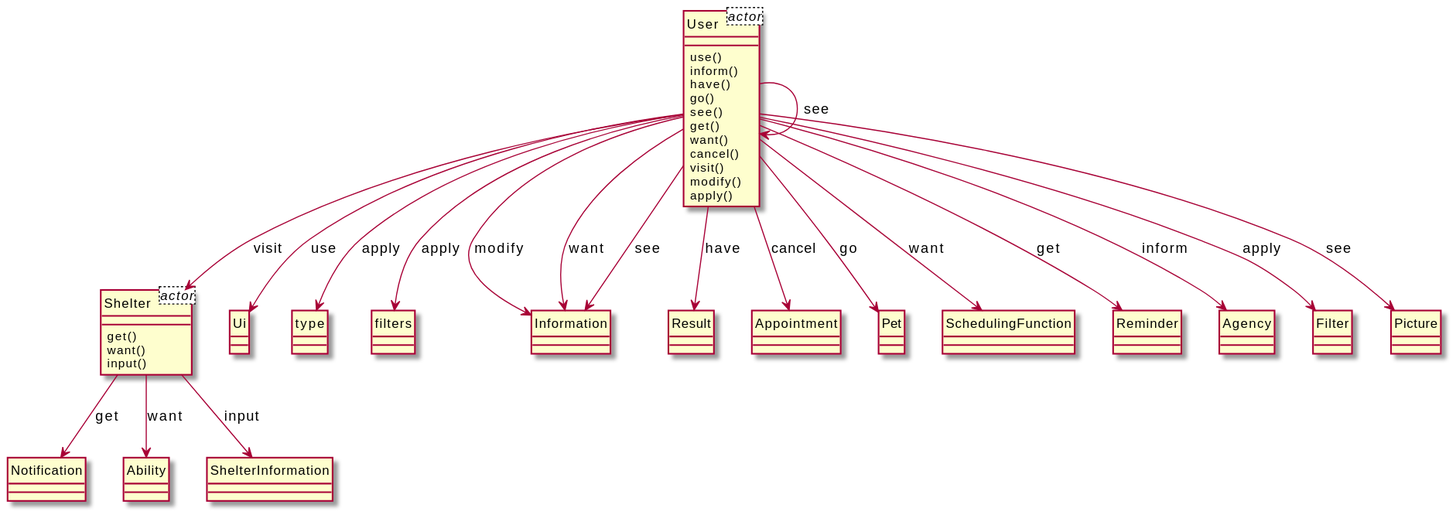
Above: output/diagram_5/2016-USC-Project07.svg in xixixhalu/DomainModelExtractor (PlantUML), before the change.
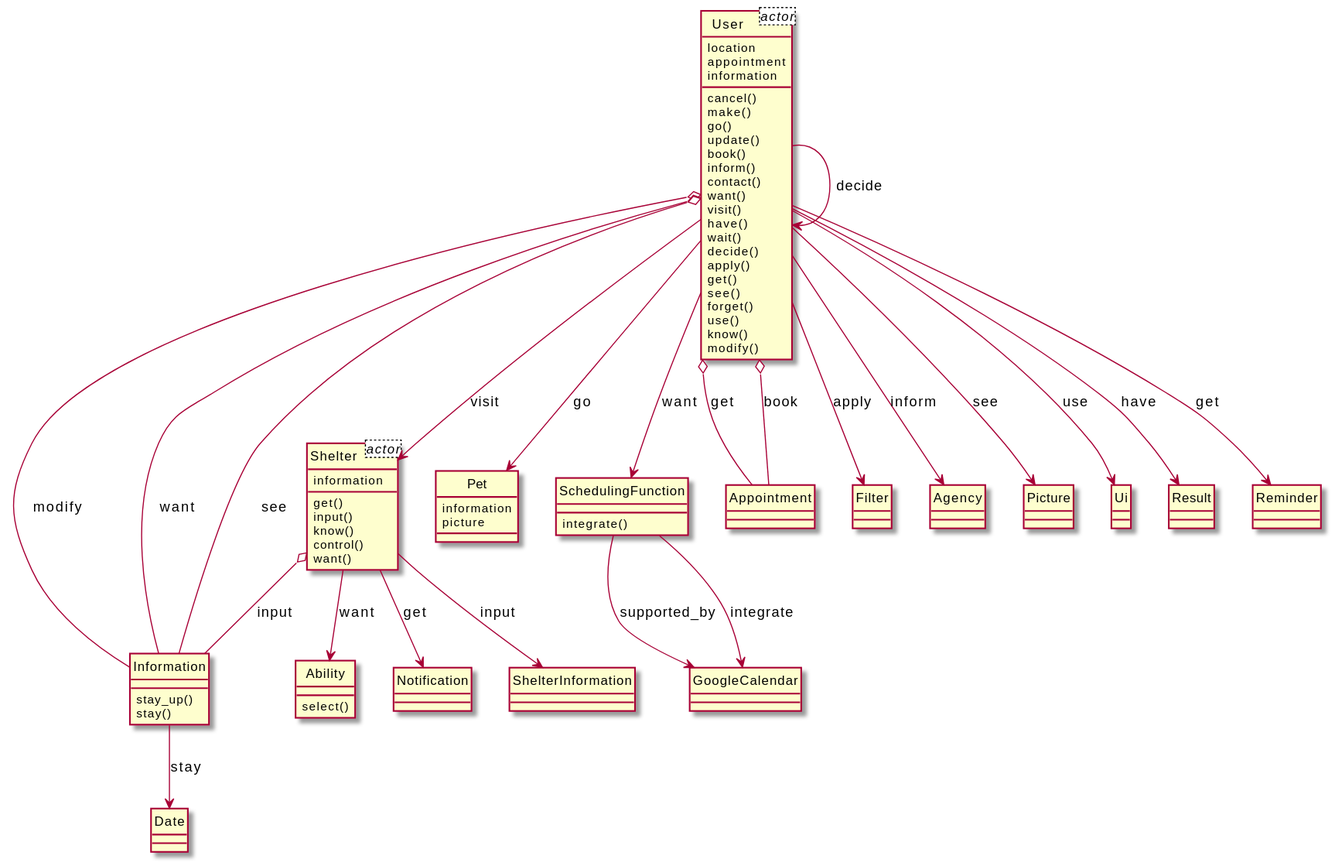
The same file after the commit.

The edit, as a diff of the source:
```diff
@@ -1,74 +1,97 @@
 @startuml
 hide circle
 class User<actor> {
+	location
+	appointment
+	information
 }
 class Shelter<actor> {
+	information
+}
+class Pet {
+	information
+	picture
 }
 class User {
+	cancel()
+	make()
+	go()
+	update()
+	book()
+	inform()
+	contact()
+	want()
+	visit()
+	have()
+	wait()
+	decide()
+	apply()
+	get()
+	see()
+	forget()
 	use()
-	inform()
-	have()
-	go()
-	see()
+	know()
+	modify()
+}
+class SchedulingFunction {
+	integrate()
+}
+class Shelter {
 	get()
+	input()
+	know()
+	control()
 	want()
-	cancel()
-	visit()
-	modify()
-	apply()
+}
+class Information {
+	stay_up()
+	stay()
+}
+class Appointment {
+}
+class Filter {
+}
+class Ability {
+	select()
+}
+class Agency {
+}
+class GoogleCalendar {
+}
+class Date {
+}
+class Picture {
 }
 class Ui {
 }
-class type {
-}
-class filters {
-}
-class Information {
-}
 class Result {
 }
-class Shelter {
-	get()
-	want()
-	input()
+class Reminder {
 }
 class Notification {
 }
-class Ability {
-}
-class Appointment {
-}
-class Pet {
-}
-class SchedulingFunction {
-}
 class ShelterInformation {
 }
-class Reminder {
-}
-class Agency {
-}
-class Filter {
-}
-class Picture {
-}
-User --> Information : modify
+User o-- Information : modify
+User o-- Information : want
+Shelter o-- Information : input
+User --> Agency : inform
+Shelter --> ShelterInformation : input
+SchedulingFunction --> GoogleCalendar : supported_by
+User o-- Appointment : get
+User --> Filter : apply
+SchedulingFunction --> GoogleCalendar : integrate
+Information --> Date : stay
+User --> Picture : see
+User o-- Information : see
+Shelter --> Ability : want
+User --> Shelter : visit
+User --> User : decide
+User --> Ui : use
+User --> Result : have
 User --> Reminder : get
-User --> Result : have
-User --> Agency : inform
+User --> Pet : go
 Shelter --> Notification : get
-User --> User : see
-Shelter --> Ability : want
-User --> Information : want
-User --> Shelter : visit
-User --> Appointment : cancel
-User --> Filter : apply
-User --> Pet : go
-User --> Ui : use
+User o-- Appointment : book
 User --> SchedulingFunction : want
-User --> type : apply
-Shelter --> ShelterInformation : input
-User --> Picture : see
-User --> filters : apply
-User --> Information : see
 @enduml
```
